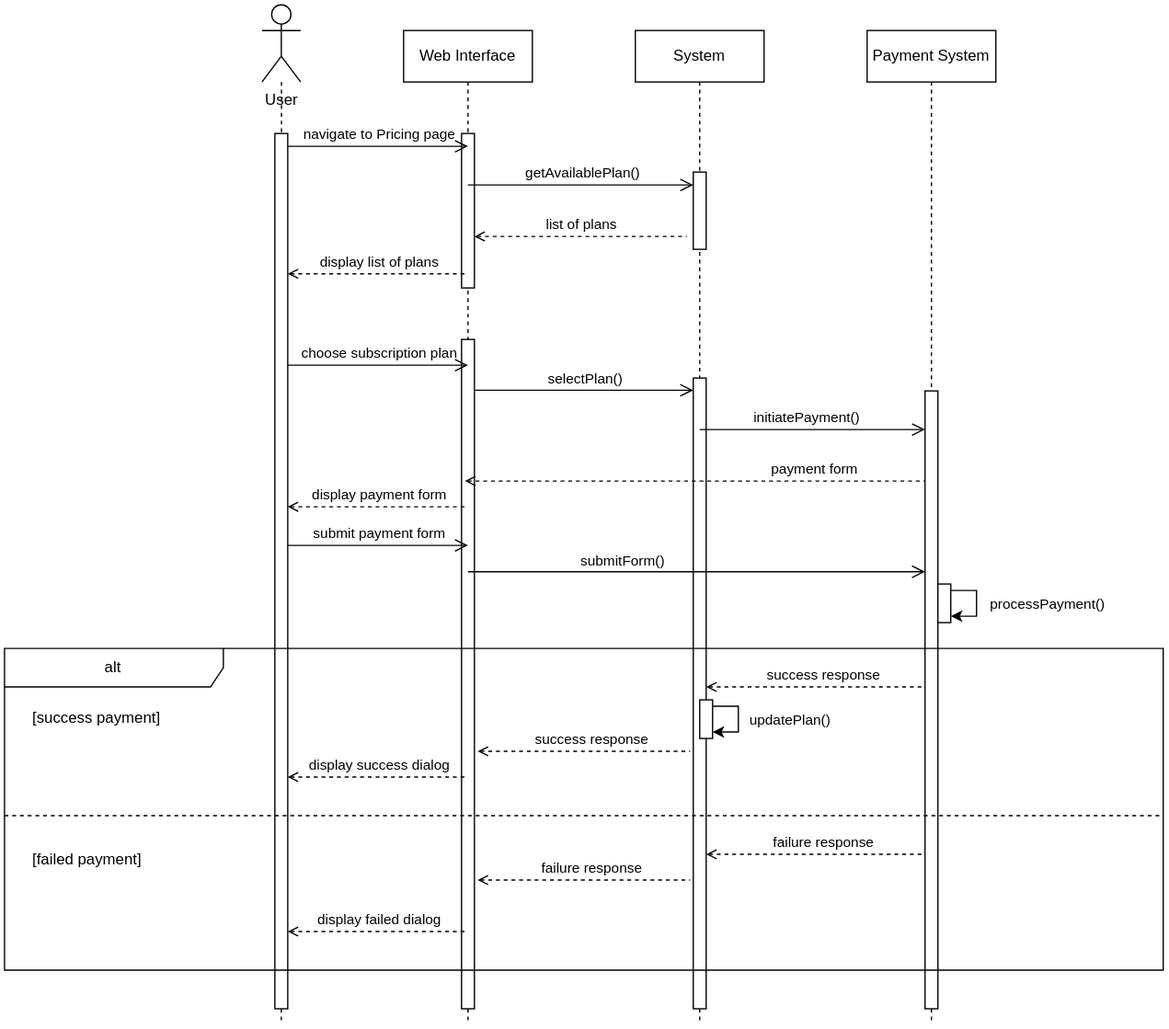
Earlier version of the draw.io export Dg_Sequence/Payment.svg (DavidNguyen2212/DACN-TN_Chatbot_for_Enterprise). Source tidied: cells renumbered, new cells last; positions are measured from the earlier drawing's top-left corner, leaving out a move shared by most shapes.
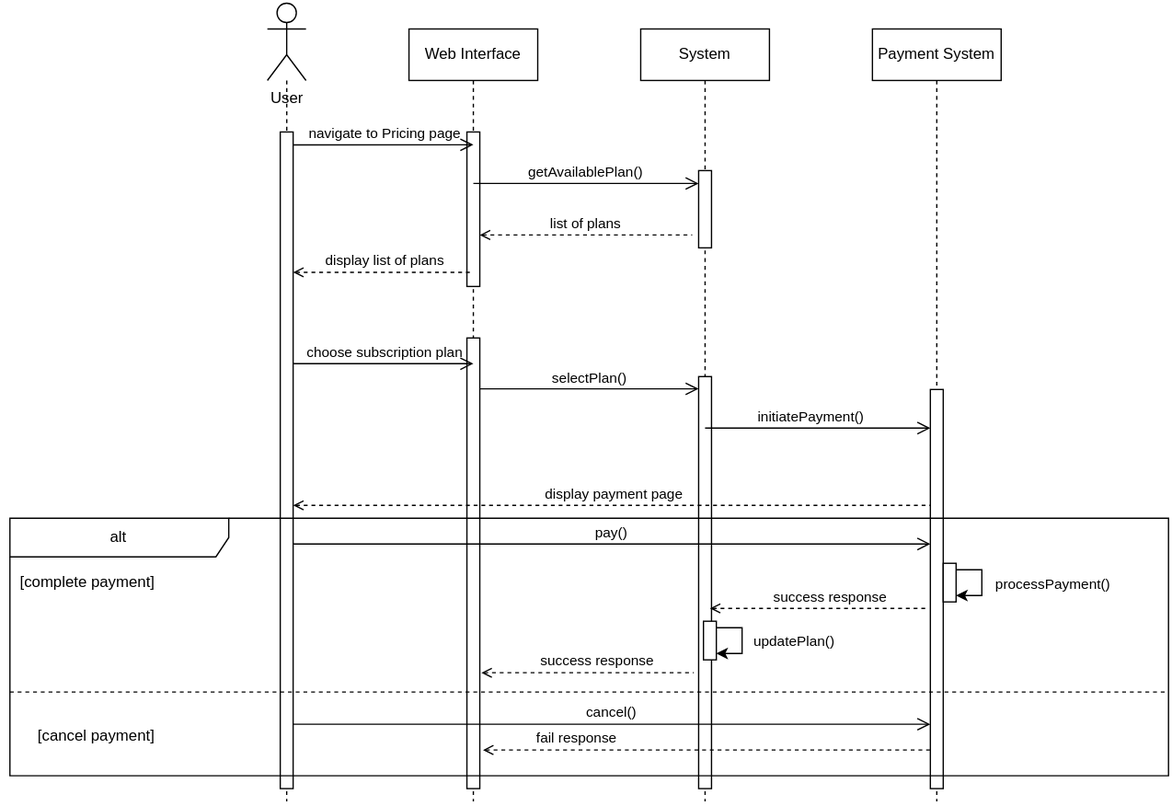
Above is the later version.

Diff of the diagram source:
```diff
@@ -3,45 +3,45 @@
     <mxCell id="0" />
     <mxCell id="1" parent="0" />
     <mxCell id="2" value="Web Interface" style="shape=umlLifeline;perimeter=lifelinePerimeter;whiteSpace=wrap;html=1;outlineConnect=0;portConstraint=eastwest;newEdgeStyle={&quot;edgeStyle&quot;:&quot;elbowEdgeStyle&quot;,&quot;elbow&quot;:&quot;vertical&quot;,&quot;curved&quot;:0,&quot;rounded&quot;:0};" parent="1" vertex="1">
-      <mxGeometry x="310" y="20" width="100" height="770" as="geometry" />
+      <mxGeometry x="310" y="20" width="100" height="600" as="geometry" />
     </mxCell>
     <mxCell id="3" style="html=1;points=[[0,0,0,0,5],[0,1,0,0,-5],[1,0,0,0,5],[1,1,0,0,-5]];perimeter=orthogonalPerimeter;outlineConnect=0;targetShapes=umlLifeline;portConstraint=eastwest;newEdgeStyle={&quot;curved&quot;:0,&quot;rounded&quot;:0};" parent="2" vertex="1">
       <mxGeometry x="45" y="80" width="10" height="120" as="geometry" />
     </mxCell>
     <mxCell id="4" style="html=1;points=[[0,0,0,0,5],[0,1,0,0,-5],[1,0,0,0,5],[1,1,0,0,-5]];perimeter=orthogonalPerimeter;outlineConnect=0;targetShapes=umlLifeline;portConstraint=eastwest;newEdgeStyle={&quot;curved&quot;:0,&quot;rounded&quot;:0};" parent="2" vertex="1">
-      <mxGeometry x="45" y="240" width="10" height="520" as="geometry" />
+      <mxGeometry x="45" y="240" width="10" height="350" as="geometry" />
     </mxCell>
     <mxCell id="5" value="&lt;div&gt;System&lt;/div&gt;" style="shape=umlLifeline;perimeter=lifelinePerimeter;whiteSpace=wrap;html=1;newEdgeStyle={&quot;edgeStyle&quot;:&quot;elbowEdgeStyle&quot;,&quot;elbow&quot;:&quot;vertical&quot;,&quot;curved&quot;:0,&quot;rounded&quot;:0};" parent="1" vertex="1">
-      <mxGeometry x="490" y="20" width="100" height="770" as="geometry" />
+      <mxGeometry x="490" y="20" width="100" height="600" as="geometry" />
     </mxCell>
     <mxCell id="6" style="html=1;points=[[0,0,0,0,5],[0,1,0,0,-5],[1,0,0,0,5],[1,1,0,0,-5]];perimeter=orthogonalPerimeter;outlineConnect=0;targetShapes=umlLifeline;portConstraint=eastwest;newEdgeStyle={&quot;curved&quot;:0,&quot;rounded&quot;:0};" parent="5" vertex="1">
       <mxGeometry x="45" y="110" width="10" height="60" as="geometry" />
     </mxCell>
     <mxCell id="7" style="html=1;points=[[0,0,0,0,5],[0,1,0,0,-5],[1,0,0,0,5],[1,1,0,0,-5]];perimeter=orthogonalPerimeter;outlineConnect=0;targetShapes=umlLifeline;portConstraint=eastwest;newEdgeStyle={&quot;curved&quot;:0,&quot;rounded&quot;:0};" parent="5" vertex="1">
-      <mxGeometry x="45" y="270" width="10" height="490" as="geometry" />
+      <mxGeometry x="45" y="270" width="10" height="320" as="geometry" />
     </mxCell>
     <mxCell id="8" value="Payment System" style="shape=umlLifeline;perimeter=lifelinePerimeter;whiteSpace=wrap;html=1;newEdgeStyle={&quot;edgeStyle&quot;:&quot;elbowEdgeStyle&quot;,&quot;elbow&quot;:&quot;vertical&quot;,&quot;curved&quot;:0,&quot;rounded&quot;:0};" parent="1" vertex="1">
-      <mxGeometry x="670" y="20" width="100" height="770" as="geometry" />
+      <mxGeometry x="670" y="20" width="100" height="600" as="geometry" />
     </mxCell>
     <mxCell id="9" style="html=1;points=[[0,0,0,0,5],[0,1,0,0,-5],[1,0,0,0,5],[1,1,0,0,-5]];perimeter=orthogonalPerimeter;outlineConnect=0;targetShapes=umlLifeline;portConstraint=eastwest;newEdgeStyle={&quot;curved&quot;:0,&quot;rounded&quot;:0};" parent="8" vertex="1">
-      <mxGeometry x="45" y="280" width="10" height="480" as="geometry" />
+      <mxGeometry x="45" y="280" width="10" height="310" as="geometry" />
     </mxCell>
     <mxCell id="10" style="html=1;points=[[0,0,0,0,5],[0,1,0,0,-5],[1,0,0,0,5],[1,1,0,0,-5]];perimeter=orthogonalPerimeter;outlineConnect=0;targetShapes=umlLifeline;portConstraint=eastwest;newEdgeStyle={&quot;curved&quot;:0,&quot;rounded&quot;:0};" parent="8" vertex="1">
-      <mxGeometry x="55" y="430" width="10" height="30" as="geometry" />
+      <mxGeometry x="55" y="415" width="10" height="30" as="geometry" />
     </mxCell>
     <mxCell id="11" value="processPayment()" style="edgeStyle=orthogonalEdgeStyle;rounded=0;orthogonalLoop=1;jettySize=auto;html=1;curved=0;" parent="8" edge="1" source="10" target="10">
       <mxGeometry y="55" relative="1" as="geometry" />
     </mxCell>
     <mxCell id="12" style="edgeStyle=orthogonalEdgeStyle;rounded=0;jettySize=auto;html=1;endArrow=none;endFill=0;dashed=1;" parent="1" edge="1" source="13">
       <mxGeometry relative="1" as="geometry">
-        <mxPoint x="215" y="790" as="targetPoint" />
+        <mxPoint x="215" y="620" as="targetPoint" />
       </mxGeometry>
     </mxCell>
     <mxCell id="13" value="User" style="shape=umlActor;verticalLabelPosition=bottom;verticalAlign=top;html=1;" parent="1" vertex="1">
       <mxGeometry x="200" width="30" height="60" as="geometry" />
     </mxCell>
     <mxCell id="14" style="html=1;perimeter=orthogonalPerimeter;targetShapes=umlLifeline;newEdgeStyle={&quot;curved&quot;:0,&quot;rounded&quot;:0};" parent="1" vertex="1">
-      <mxGeometry x="210" y="100" width="10" height="680" as="geometry" />
+      <mxGeometry x="210" y="100" width="10" height="510" as="geometry" />
     </mxCell>
     <mxCell id="15" value="navigate to Pricing page" style="endArrow=open;startArrow=none;endFill=0;startFill=0;endSize=8;html=1;verticalAlign=bottom;labelBackgroundColor=none;rounded=0;entryX=0.5;entryY=0.083;entryDx=0;entryDy=0;entryPerimeter=0;" parent="1" edge="1" target="3">
       <mxGeometry relative="1" as="geometry">
@@ -81,79 +81,54 @@
         <mxPoint x="715" y="330" as="targetPoint" />
       </mxGeometry>
     </mxCell>
-    <mxCell id="22" value="payment form" style="endArrow=none;startArrow=open;endFill=0;startFill=0;endSize=8;html=1;verticalAlign=bottom;dashed=1;labelBackgroundColor=none;rounded=0;" parent="1" edge="1" source="2">
-      <mxGeometry x="0.52" relative="1" as="geometry">
-        <mxPoint x="715" y="370" as="targetPoint" />
-      </mxGeometry>
-    </mxCell>
-    <mxCell id="23" value="display payment form" style="endArrow=none;startArrow=open;endFill=0;startFill=0;endSize=8;html=1;verticalAlign=bottom;dashed=1;labelBackgroundColor=none;rounded=0;" parent="1" edge="1">
+    <mxCell id="23" value="display payment page" style="endArrow=none;startArrow=open;endFill=0;startFill=0;endSize=8;html=1;verticalAlign=bottom;dashed=1;labelBackgroundColor=none;rounded=0;" parent="1" edge="1" target="9">
       <mxGeometry x="0.01" relative="1" as="geometry">
         <mxPoint x="220" y="390" as="sourcePoint" />
-        <mxPoint x="360" y="390" as="targetPoint" />
       </mxGeometry>
     </mxCell>
-    <mxCell id="24" value="submit payment form" style="endArrow=open;startArrow=none;endFill=0;startFill=0;endSize=8;html=1;verticalAlign=bottom;labelBackgroundColor=none;rounded=0;" parent="1" edge="1">
-      <mxGeometry relative="1" as="geometry">
-        <mxPoint x="220" y="420" as="sourcePoint" />
-        <mxPoint x="360" y="420" as="targetPoint" />
-      </mxGeometry>
-    </mxCell>
-    <mxCell id="25" value="submitForm()" style="endArrow=open;startArrow=none;endFill=0;startFill=0;endSize=8;html=1;verticalAlign=bottom;labelBackgroundColor=none;rounded=0;" parent="1" edge="1" target="9">
-      <mxGeometry x="-0.32" y="1" relative="1" as="geometry">
-        <mxPoint x="360" y="440.5" as="sourcePoint" />
-        <mxPoint y="1" as="offset" />
-      </mxGeometry>
-    </mxCell>
     <mxCell id="26" value="alt" style="shape=umlFrame;whiteSpace=wrap;html=1;width=170;" parent="1" vertex="1">
-      <mxGeometry y="500" width="900" height="250" as="geometry" />
+      <mxGeometry y="400" width="900" height="200" as="geometry" />
     </mxCell>
-    <mxCell id="27" value="[success payment]" style="text;html=1;" parent="26" vertex="1">
-      <mxGeometry width="100" height="20" relative="1" as="geometry">
-        <mxPoint x="20" y="40" as="offset" />
-      </mxGeometry>
-    </mxCell>
-    <mxCell id="28" value="[failed payment]" style="line;strokeWidth=1;dashed=1;labelPosition=center;verticalLabelPosition=bottom;align=left;verticalAlign=top;spacingLeft=20;spacingTop=15;html=1;whiteSpace=wrap;" parent="26" vertex="1">
-      <mxGeometry y="125" width="900" height="10" as="geometry" />
+    <mxCell id="28" value="[cancel payment]" style="line;strokeWidth=1;dashed=1;labelPosition=center;verticalLabelPosition=bottom;align=left;verticalAlign=top;spacingLeft=20;spacingTop=15;html=1;whiteSpace=wrap;" parent="1" vertex="1">
+      <mxGeometry y="530" width="900" height="10" as="geometry" />
     </mxCell>
-    <mxCell id="29" value="success response" style="endArrow=none;startArrow=open;endFill=0;startFill=0;endSize=8;html=1;verticalAlign=bottom;dashed=1;labelBackgroundColor=none;rounded=0;" parent="26" edge="1" source="7">
+    <mxCell id="29" value="success response" style="endArrow=none;startArrow=open;endFill=0;startFill=0;endSize=8;html=1;verticalAlign=bottom;dashed=1;labelBackgroundColor=none;rounded=0;" parent="1" edge="1">
       <mxGeometry x="0.09" relative="1" as="geometry">
-        <mxPoint x="715" y="30" as="targetPoint" />
+        <mxPoint x="543.8" y="470" as="sourcePoint" />
+        <mxPoint x="713.8" y="470" as="targetPoint" />
       </mxGeometry>
     </mxCell>
-    <mxCell id="30" style="html=1;points=[[0,0,0,0,5],[0,1,0,0,-5],[1,0,0,0,5],[1,1,0,0,-5]];perimeter=orthogonalPerimeter;outlineConnect=0;targetShapes=umlLifeline;portConstraint=eastwest;newEdgeStyle={&quot;curved&quot;:0,&quot;rounded&quot;:0};" parent="26" vertex="1">
-      <mxGeometry x="540" y="40" width="10" height="30" as="geometry" />
+    <mxCell id="30" style="html=1;points=[[0,0,0,0,5],[0,1,0,0,-5],[1,0,0,0,5],[1,1,0,0,-5]];perimeter=orthogonalPerimeter;outlineConnect=0;targetShapes=umlLifeline;portConstraint=eastwest;newEdgeStyle={&quot;curved&quot;:0,&quot;rounded&quot;:0};" parent="1" vertex="1">
+      <mxGeometry x="538.8" y="480" width="10" height="30" as="geometry" />
     </mxCell>
-    <mxCell id="31" value="updatePlan()" style="edgeStyle=orthogonalEdgeStyle;rounded=0;orthogonalLoop=1;jettySize=auto;html=1;curved=0;" parent="26" edge="1" source="30" target="30">
+    <mxCell id="31" value="updatePlan()" style="edgeStyle=orthogonalEdgeStyle;rounded=0;orthogonalLoop=1;jettySize=auto;html=1;curved=0;" parent="1" edge="1" source="30" target="30">
       <mxGeometry y="40" relative="1" as="geometry" />
     </mxCell>
-    <mxCell id="32" value="success response" style="endArrow=none;startArrow=open;endFill=0;startFill=0;endSize=8;html=1;verticalAlign=bottom;dashed=1;labelBackgroundColor=none;rounded=0;" parent="26" edge="1">
+    <mxCell id="32" value="success response" style="endArrow=none;startArrow=open;endFill=0;startFill=0;endSize=8;html=1;verticalAlign=bottom;dashed=1;labelBackgroundColor=none;rounded=0;" parent="1" edge="1">
       <mxGeometry x="0.09" relative="1" as="geometry">
-        <mxPoint x="367.5" y="80" as="sourcePoint" />
-        <mxPoint x="532.5" y="80" as="targetPoint" />
+        <mxPoint x="366.2" y="520" as="sourcePoint" />
+        <mxPoint x="531.2" y="520" as="targetPoint" />
       </mxGeometry>
     </mxCell>
-    <mxCell id="33" value="display success dialog" style="endArrow=none;startArrow=open;endFill=0;startFill=0;endSize=8;html=1;verticalAlign=bottom;dashed=1;labelBackgroundColor=none;rounded=0;" parent="26" edge="1">
-      <mxGeometry x="0.01" relative="1" as="geometry">
-        <mxPoint x="220" y="100" as="sourcePoint" />
-        <mxPoint x="360" y="100" as="targetPoint" />
-      </mxGeometry>
-    </mxCell>
-    <mxCell id="34" value="failure response" style="endArrow=none;startArrow=open;endFill=0;startFill=0;endSize=8;html=1;verticalAlign=bottom;dashed=1;labelBackgroundColor=none;rounded=0;" parent="26" edge="1" source="7">
-      <mxGeometry x="0.09" relative="1" as="geometry">
-        <mxPoint x="715" y="160" as="targetPoint" />
-      </mxGeometry>
-    </mxCell>
-    <mxCell id="35" value="failure response" style="endArrow=none;startArrow=open;endFill=0;startFill=0;endSize=8;html=1;verticalAlign=bottom;dashed=1;labelBackgroundColor=none;rounded=0;" parent="26" edge="1">
-      <mxGeometry x="0.09" relative="1" as="geometry">
-        <mxPoint x="367.5" y="180" as="sourcePoint" />
-        <mxPoint x="532.5" y="180" as="targetPoint" />
-      </mxGeometry>
-    </mxCell>
-    <mxCell id="36" value="display failed dialog" style="endArrow=none;startArrow=open;endFill=0;startFill=0;endSize=8;html=1;verticalAlign=bottom;dashed=1;labelBackgroundColor=none;rounded=0;" parent="26" edge="1">
-      <mxGeometry x="0.01" relative="1" as="geometry">
-        <mxPoint x="220" y="220" as="sourcePoint" />
-        <mxPoint x="360" y="220" as="targetPoint" />
-      </mxGeometry>
-    </mxCell>
+    <mxCell id="37" value="&lt;span style=&quot;text-align: left;&quot;&gt;[complete payment]&lt;/span&gt;" style="text;html=1;align=center;verticalAlign=middle;strokeColor=none;fillColor=none;" parent="1" vertex="1">
+      <mxGeometry x="-5" y="435" width="130" height="30" as="geometry" />
+    </mxCell>
+    <mxCell id="38" value="pay()" style="endArrow=open;startArrow=none;endFill=0;startFill=0;endSize=8;html=1;verticalAlign=bottom;labelBackgroundColor=none;rounded=0;" parent="1" edge="1">
+      <mxGeometry relative="1" as="geometry">
+        <mxPoint x="220" y="420" as="sourcePoint" />
+        <mxPoint x="715" y="420" as="targetPoint" />
+      </mxGeometry>
+    </mxCell>
+    <mxCell id="39" value="cancel()" style="endArrow=open;startArrow=none;endFill=0;startFill=0;endSize=8;html=1;verticalAlign=bottom;labelBackgroundColor=none;rounded=0;" parent="1" edge="1">
+      <mxGeometry relative="1" as="geometry">
+        <mxPoint x="220" y="560" as="sourcePoint" />
+        <mxPoint x="715" y="560" as="targetPoint" />
+      </mxGeometry>
+    </mxCell>
+    <mxCell id="40" value="fail response" style="endArrow=none;startArrow=open;endFill=0;startFill=0;endSize=8;html=1;verticalAlign=bottom;dashed=1;labelBackgroundColor=none;rounded=0;" parent="1" edge="1" target="9">
+      <mxGeometry x="-0.58" relative="1" as="geometry">
+        <mxPoint x="367.5" y="580" as="sourcePoint" />
+      </mxGeometry>
+    </mxCell>
   </root>
 </mxGraphModel>
```
